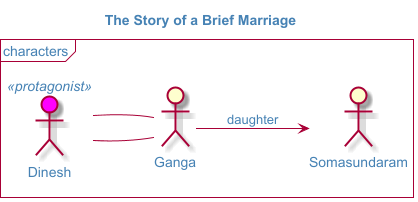
Earlier version of the PlantUML export the Story of a Brief Marriage/briefMarriage-The_Story_of_a_Brief_Marriage.png (olek3/reading).
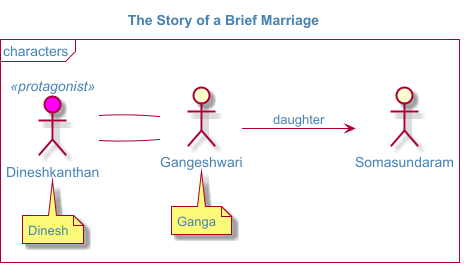
After the change.

The edit, as a diff of the source:
```diff
@@ -7,16 +7,18 @@
 mainframe characters
 
 
-:Dinesh: <<protagonist>>
+:Dineshkanthan: as dinesh <<protagonist>>
+note bottom: Dinesh
 
 :Somasundaram:
 
-:Ganga:
+:Gangeshwari: as ganga
+note bottom: Ganga
 
-:Ganga: --> :Somasundaram: : daughter
+ganga --> :Somasundaram: : daughter
 
-:Ganga: -- :Dinesh:
-:Dinesh: -- :Ganga:
+ganga -- dinesh
+dinesh -- ganga
 
 
 @enduml
```
